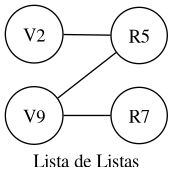
Above: Fase3/grafo.png in CarlosdelCidUSAC/EDD-1S2025_202300625 (Graphviz), before the change. Its source is kept beside it as Fase3/grafo.dot.
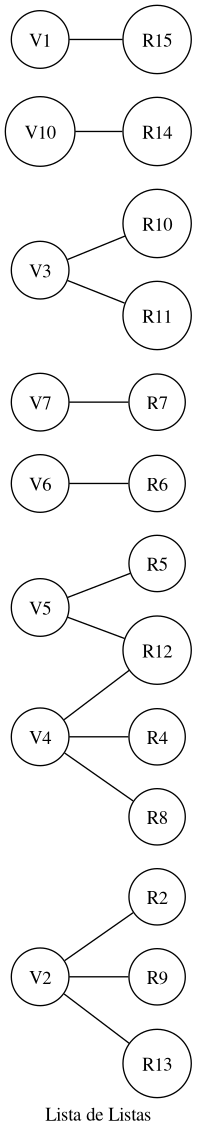
Above is the later version.

What changed in the source:
```diff
@@ -2,11 +2,39 @@
 node [shape=circle];
 rankdir=LR;
 label="Lista de Listas";
+"R2" [label="R2"];
+"R12" [label="R12"];
+"R4" [label="R4"];
 "R5" [label="R5"];
+"R6" [label="R6"];
 "R7" [label="R7"];
+"R8" [label="R8"];
+"R9" [label="R9"];
+"R10" [label="R10"];
+"R11" [label="R11"];
+"R13" [label="R13"];
+"R14" [label="R14"];
+"R15" [label="R15"];
 "V2" [label="V2"];
-"V2" -- "R5";
-"V9" [label="V9"];
-"V9" -- "R5";
-"V9" -- "R7";
+"V2" -- "R2";
+"V2" -- "R9";
+"V2" -- "R13";
+"V5" [label="V5"];
+"V5" -- "R12";
+"V5" -- "R5";
+"V4" [label="V4"];
+"V4" -- "R4";
+"V4" -- "R8";
+"V4" -- "R12";
+"V6" [label="V6"];
+"V6" -- "R6";
+"V7" [label="V7"];
+"V7" -- "R7";
+"V3" [label="V3"];
+"V3" -- "R10";
+"V3" -- "R11";
+"V10" [label="V10"];
+"V10" -- "R14";
+"V1" [label="V1"];
+"V1" -- "R15";
 }
```
